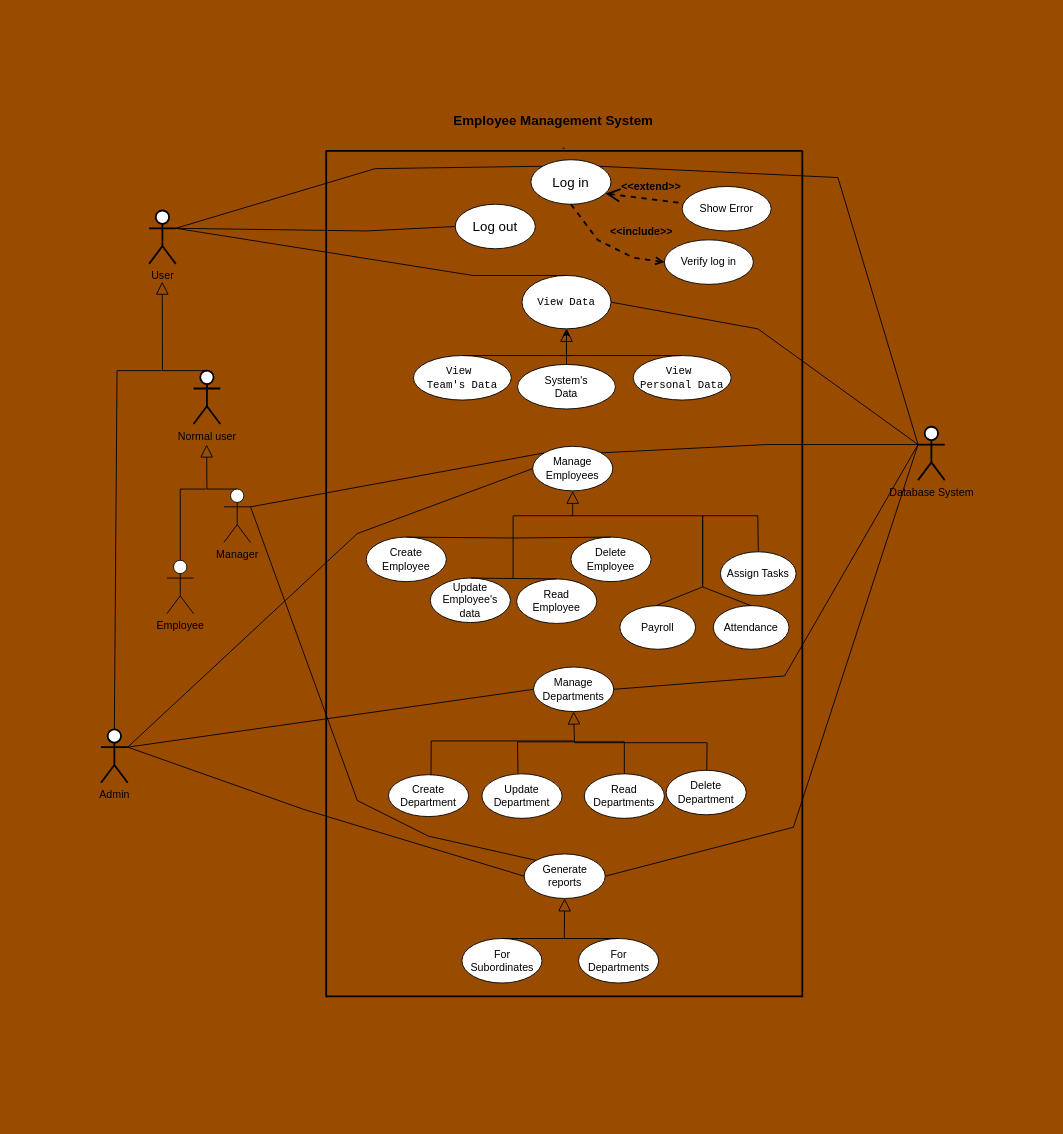
Before: Use-Case-Diagram.drawio in Alsayed-Aldkhakhni/SoftwareEngineeringProject, a draw.io diagram. Source tidied: cells renumbered, new cells numbered last; positions are measured from the earlier drawing's top-left corner, leaving out a move shared by most shapes. Both pictures are drawn from the tidied source at 89%, with x=0, y=0 at pixel (15, 15).
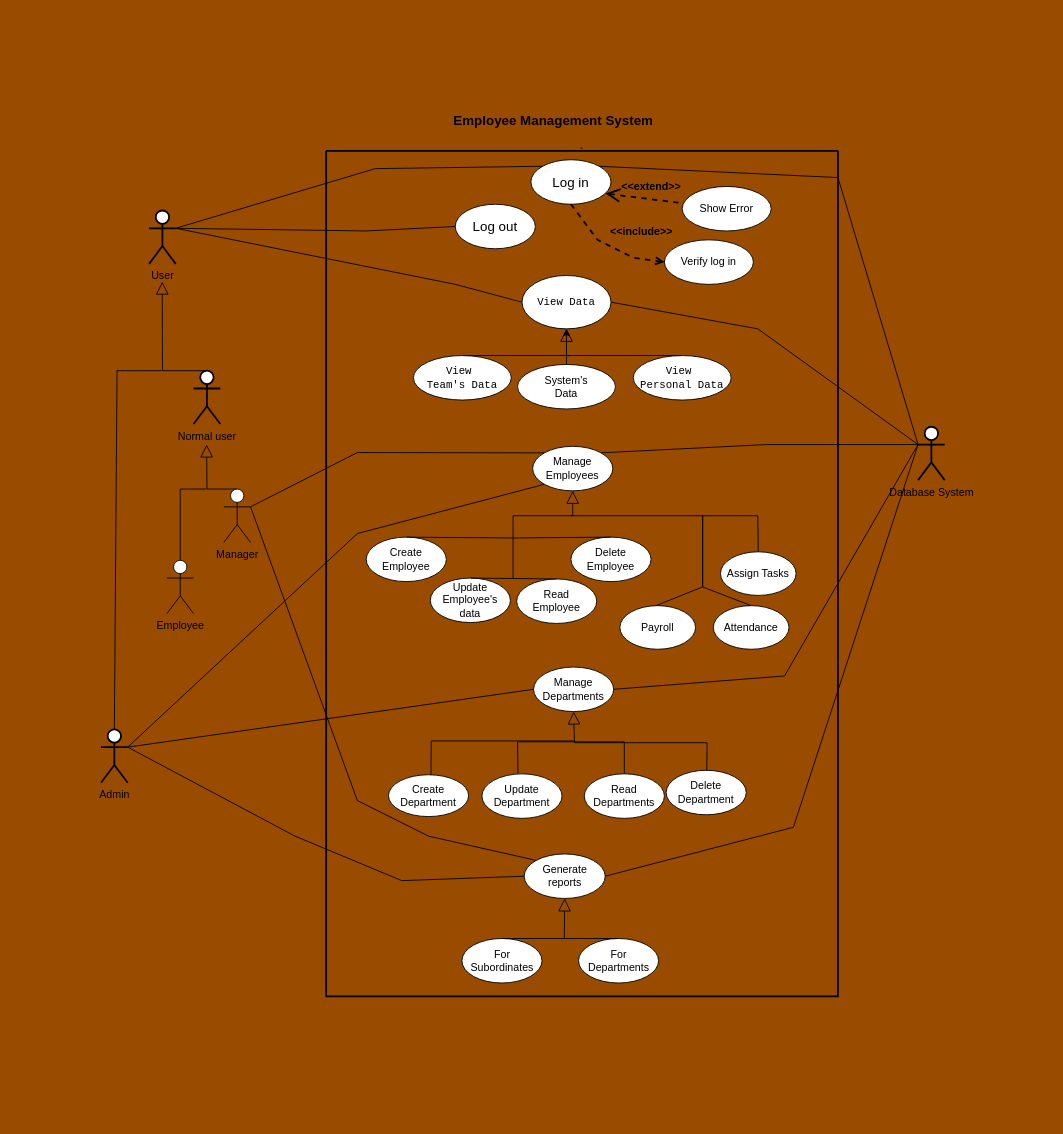
Above is the later version.

Unchanged cells that the change refers to:
```xml
<mxCell id="8" value="&lt;div&gt;Manage &lt;br&gt;&lt;/div&gt;&lt;div&gt;Employees&lt;br&gt;&lt;/div&gt;" style="ellipse;whiteSpace=wrap;html=1;" parent="2" vertex="1">
  <mxGeometry x="232" y="332" width="90" height="50" as="geometry" />
</mxCell>
<mxCell id="13" value="&lt;code&gt;View Data&lt;/code&gt;" style="ellipse;whiteSpace=wrap;html=1;" parent="2" vertex="1">
  <mxGeometry x="220" y="140" width="100" height="60" as="geometry" />
</mxCell>
<mxCell id="35" value="Generate reports" style="ellipse;whiteSpace=wrap;html=1;" parent="2" vertex="1">
  <mxGeometry x="222.5" y="790" width="91" height="50" as="geometry" />
</mxCell>
<mxCell id="44" value="User" style="shape=umlActor;html=1;verticalLabelPosition=bottom;verticalAlign=top;align=center;strokeWidth=2;" parent="1" vertex="1">
  <mxGeometry x="150" y="219" width="30" height="60" as="geometry" />
</mxCell>
<mxCell id="46" value="Admin" style="shape=umlActor;html=1;verticalLabelPosition=bottom;verticalAlign=top;align=center;strokeWidth=2;" parent="1" vertex="1">
  <mxGeometry x="96" y="802" width="30" height="60" as="geometry" />
</mxCell>
<mxCell id="51" value="Manager" style="shape=umlActor;html=1;verticalLabelPosition=bottom;verticalAlign=top;align=center;" parent="1" vertex="1">
  <mxGeometry x="234" y="532" width="30" height="60" as="geometry" />
</mxCell>
```

What changed in the source:
```diff
@@
     <mxCell id="2" value="`" style="swimlane;startSize=0;strokeWidth=2;" parent="1" vertex="1">
-      <mxGeometry x="349" y="152" width="535" height="950" as="geometry" />
+      <mxGeometry x="349" y="152" width="575" height="950" as="geometry" />
     </mxCell>
@@
-    <mxCell id="54" style="edgeStyle=none;html=1;endArrow=none;verticalAlign=bottom;rounded=0;exitX=1;exitY=0.3333333333333333;exitDx=0;exitDy=0;exitPerimeter=0;entryX=0;entryY=0.5;entryDx=0;entryDy=0;" parent="1" edge="1" source="46" target="8">
+    <mxCell id="54" style="edgeStyle=none;html=1;endArrow=none;verticalAlign=bottom;rounded=0;exitX=1;exitY=0.3333333333333333;exitDx=0;exitDy=0;exitPerimeter=0;entryX=0;entryY=1;entryDx=0;entryDy=0;" parent="1" edge="1" source="46" target="8">
       <mxGeometry relative="1" as="geometry">
         <Array as="points">
           <mxPoint x="384" y="582" />
         </Array>
       </mxGeometry>
     </mxCell>
@@
-    <mxCell id="57" style="edgeStyle=none;html=1;endArrow=none;verticalAlign=bottom;rounded=0;strokeWidth=1;exitX=1;exitY=0.3333333333333333;exitDx=0;exitDy=0;exitPerimeter=0;entryX=0.5;entryY=0;entryDx=0;entryDy=0;" parent="1" edge="1" source="44" target="13">
+    <mxCell id="57" style="edgeStyle=none;html=1;endArrow=none;verticalAlign=bottom;rounded=0;strokeWidth=1;exitX=1;exitY=0.3333333333333333;exitDx=0;exitDy=0;exitPerimeter=0;entryX=0;entryY=0.5;entryDx=0;entryDy=0;" parent="1" edge="1" source="44" target="13">
       <mxGeometry relative="1" as="geometry">
         <Array as="points">
-          <mxPoint x="514" y="292" />
+          <mxPoint x="494" y="302" />
         </Array>
       </mxGeometry>
     </mxCell>
     <mxCell id="58" style="edgeStyle=none;html=1;endArrow=none;verticalAlign=bottom;rounded=0;entryX=0;entryY=0;entryDx=0;entryDy=0;exitX=1;exitY=0.3333333333333333;exitDx=0;exitDy=0;exitPerimeter=0;" parent="1" edge="1" source="51" target="8">
-      <mxGeometry relative="1" as="geometry" />
+      <mxGeometry relative="1" as="geometry">
+        <Array as="points">
+          <mxPoint x="384" y="491" />
+        </Array>
+      </mxGeometry>
     </mxCell>
@@
     <mxCell id="68" style="endArrow=none;html=1;rounded=0;entryX=1;entryY=0.3333333333333333;entryDx=0;entryDy=0;entryPerimeter=0;exitX=0;exitY=0.5;exitDx=0;exitDy=0;" parent="1" edge="1" source="35" target="46">
       <mxGeometry relative="1" as="geometry">
         <Array as="points">
-          <mxPoint x="324" y="892" />
+          <mxPoint x="434" y="972" />
+          <mxPoint x="314" y="922" />
         </Array>
       </mxGeometry>
     </mxCell>
```
